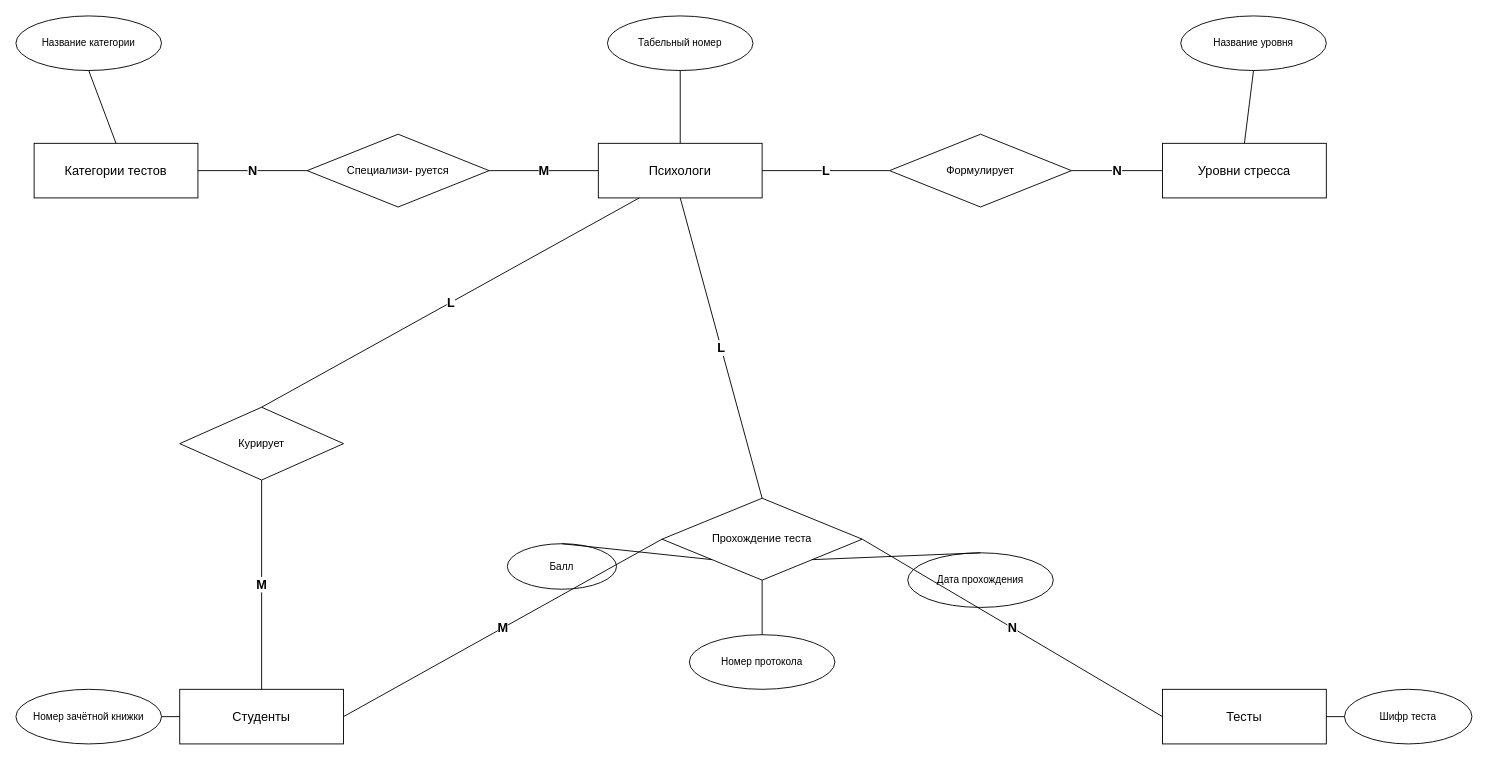
This is diagrams/conceptual.drawio from imaO0O/mental-health, a draw.io file, before an edit. Source tidied: cells renumbered, new cells numbered last; positions are measured from the earlier drawing's top-left corner, leaving out a move shared by most shapes. Both pictures are drawn from the tidied source at 91%, with x=0, y=0 at pixel (15, 15).
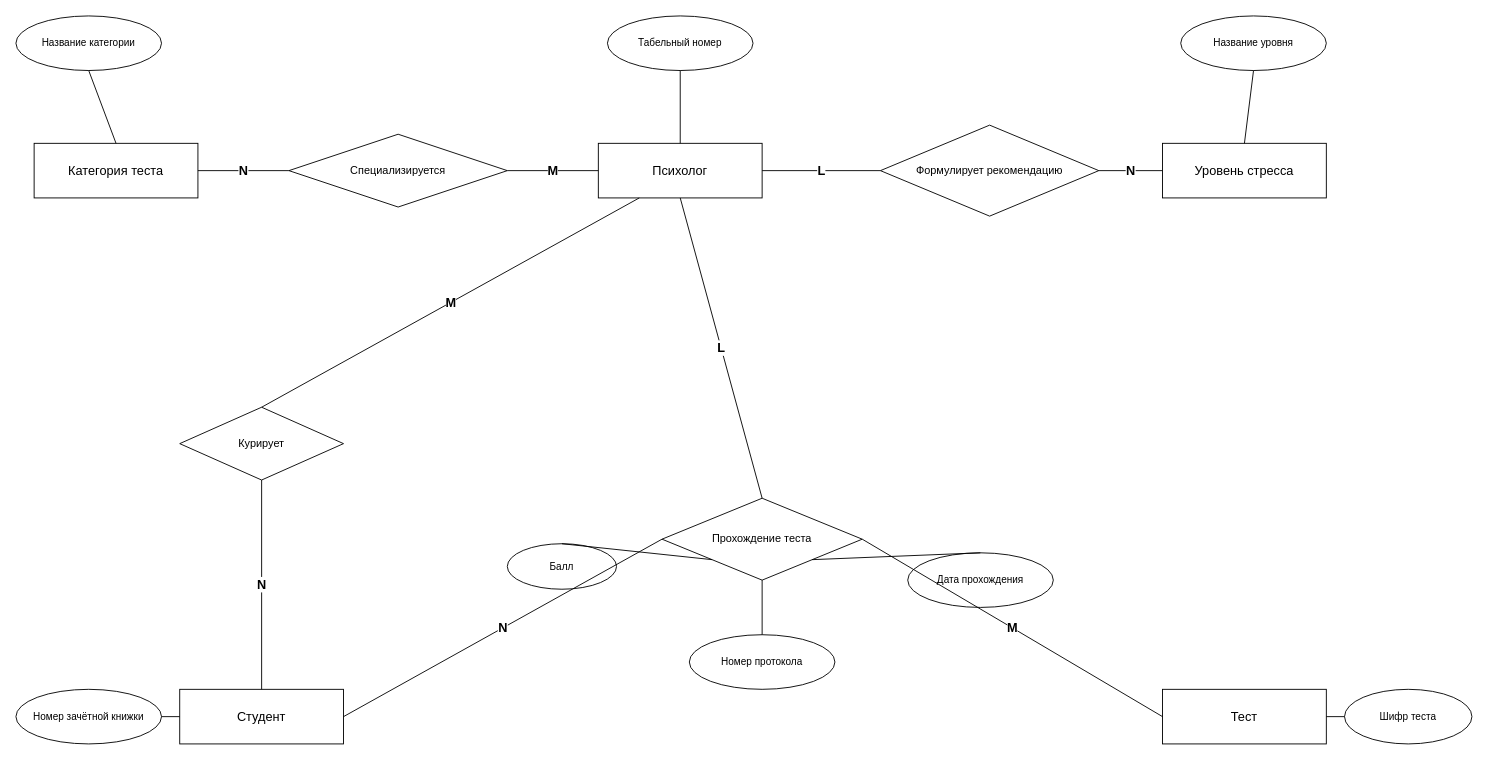
The same diagram, later.

Commit message (it also covers changes not shown here):
Концептуальная ER-диаграмма (рис. 2) — нотация Чена

Unchanged cells that the change refers to:
```xml
<mxCell id="9" value="Курирует" style="rhombus;whiteSpace=wrap;html=1;fillColor=#ffffff;strokeColor=#000000;fontSize=12;" parent="1" vertex="1">
  <mxGeometry x="180" y="430" width="180" height="80" as="geometry" />
</mxCell>
<mxCell id="10" value="Прохождение теста" style="rhombus;whiteSpace=wrap;html=1;fillColor=#ffffff;strokeColor=#000000;fontSize=12;" parent="1" vertex="1">
  <mxGeometry x="710" y="530" width="220" height="90" as="geometry" />
</mxCell>
```

What changed in the source:
```diff
@@
-    <mxCell id="2" value="Категории тестов" style="rounded=0;whiteSpace=wrap;html=1;fillColor=#ffffff;strokeColor=#000000;fontSize=14;fontStyle=0;" parent="1" vertex="1">
+    <mxCell id="2" value="Категория теста" style="rounded=0;whiteSpace=wrap;html=1;fillColor=#ffffff;strokeColor=#000000;fontSize=14;fontStyle=0;" parent="1" vertex="1">
       <mxGeometry x="20" y="140" width="180" height="60" as="geometry" />
     </mxCell>
-    <mxCell id="3" value="Психологи" style="rounded=0;whiteSpace=wrap;html=1;fillColor=#ffffff;strokeColor=#000000;fontSize=14;fontStyle=0;" parent="1" vertex="1">
+    <mxCell id="3" value="Психолог" style="rounded=0;whiteSpace=wrap;html=1;fillColor=#ffffff;strokeColor=#000000;fontSize=14;fontStyle=0;" parent="1" vertex="1">
       <mxGeometry x="640" y="140" width="180" height="60" as="geometry" />
     </mxCell>
-    <mxCell id="4" value="Уровни стресса" style="rounded=0;whiteSpace=wrap;html=1;fillColor=#ffffff;strokeColor=#000000;fontSize=14;fontStyle=0;" parent="1" vertex="1">
+    <mxCell id="4" value="Уровень стресса" style="rounded=0;whiteSpace=wrap;html=1;fillColor=#ffffff;strokeColor=#000000;fontSize=14;fontStyle=0;" parent="1" vertex="1">
       <mxGeometry x="1260" y="140" width="180" height="60" as="geometry" />
     </mxCell>
-    <mxCell id="5" value="Студенты" style="rounded=0;whiteSpace=wrap;html=1;fillColor=#ffffff;strokeColor=#000000;fontSize=14;fontStyle=0;" parent="1" vertex="1">
+    <mxCell id="5" value="Студент" style="rounded=0;whiteSpace=wrap;html=1;fillColor=#ffffff;strokeColor=#000000;fontSize=14;fontStyle=0;" parent="1" vertex="1">
       <mxGeometry x="180" y="740" width="180" height="60" as="geometry" />
     </mxCell>
-    <mxCell id="6" value="Тесты" style="rounded=0;whiteSpace=wrap;html=1;fillColor=#ffffff;strokeColor=#000000;fontSize=14;fontStyle=0;" parent="1" vertex="1">
+    <mxCell id="6" value="Тест" style="rounded=0;whiteSpace=wrap;html=1;fillColor=#ffffff;strokeColor=#000000;fontSize=14;fontStyle=0;" parent="1" vertex="1">
       <mxGeometry x="1260" y="740" width="180" height="60" as="geometry" />
     </mxCell>
-    <mxCell id="7" value="Специализи- руется" style="rhombus;whiteSpace=wrap;html=1;fillColor=#ffffff;strokeColor=#000000;fontSize=12;" parent="1" vertex="1">
-      <mxGeometry x="320" y="130" width="200" height="80" as="geometry" />
+    <mxCell id="7" value="Специализируется" style="rhombus;whiteSpace=wrap;html=1;fillColor=#ffffff;strokeColor=#000000;fontSize=12;" parent="1" vertex="1">
+      <mxGeometry x="300" y="130" width="240" height="80" as="geometry" />
     </mxCell>
-    <mxCell id="8" value="Формулирует" style="rhombus;whiteSpace=wrap;html=1;fillColor=#ffffff;strokeColor=#000000;fontSize=12;" parent="1" vertex="1">
-      <mxGeometry x="960" y="130" width="200" height="80" as="geometry" />
+    <mxCell id="8" value="Формулирует рекомендацию" style="rhombus;whiteSpace=wrap;html=1;fillColor=#ffffff;strokeColor=#000000;fontSize=12;" parent="1" vertex="1">
+      <mxGeometry x="950" y="120" width="240" height="100" as="geometry" />
     </mxCell>
@@
-    <mxCell id="28" value="L" style="endArrow=none;html=1;rounded=0;exitX=0.25;exitY=1;entryX=0.5;entryY=0;fontSize=14;fontStyle=1;" parent="1" edge="1" source="3" target="9">
+    <mxCell id="28" value="M" style="endArrow=none;html=1;rounded=0;exitX=0.25;exitY=1;entryX=0.5;entryY=0;fontSize=14;fontStyle=1;" parent="1" edge="1" source="3" target="9">
       <mxGeometry relative="1" as="geometry" />
     </mxCell>
-    <mxCell id="29" value="M" style="endArrow=none;html=1;rounded=0;exitX=0.5;exitY=1;entryX=0.5;entryY=0;fontSize=14;fontStyle=1;" parent="1" edge="1" source="9" target="5">
+    <mxCell id="29" value="N" style="endArrow=none;html=1;rounded=0;exitX=0.5;exitY=1;entryX=0.5;entryY=0;fontSize=14;fontStyle=1;" parent="1" edge="1" source="9" target="5">
       <mxGeometry relative="1" as="geometry" />
     </mxCell>
-    <mxCell id="30" value="M" style="endArrow=none;html=1;rounded=0;exitX=1;exitY=0.5;entryX=0;entryY=0.5;fontSize=14;fontStyle=1;" parent="1" edge="1" source="5" target="10">
+    <mxCell id="30" value="N" style="endArrow=none;html=1;rounded=0;exitX=1;exitY=0.5;entryX=0;entryY=0.5;fontSize=14;fontStyle=1;" parent="1" edge="1" source="5" target="10">
       <mxGeometry relative="1" as="geometry" />
     </mxCell>
@@
-    <mxCell id="32" value="N" style="endArrow=none;html=1;rounded=0;exitX=1;exitY=0.5;entryX=0;entryY=0.5;fontSize=14;fontStyle=1;" parent="1" edge="1" source="10" target="6">
+    <mxCell id="32" value="M" style="endArrow=none;html=1;rounded=0;exitX=1;exitY=0.5;entryX=0;entryY=0.5;fontSize=14;fontStyle=1;" parent="1" edge="1" source="10" target="6">
       <mxGeometry relative="1" as="geometry" />
     </mxCell>
```
